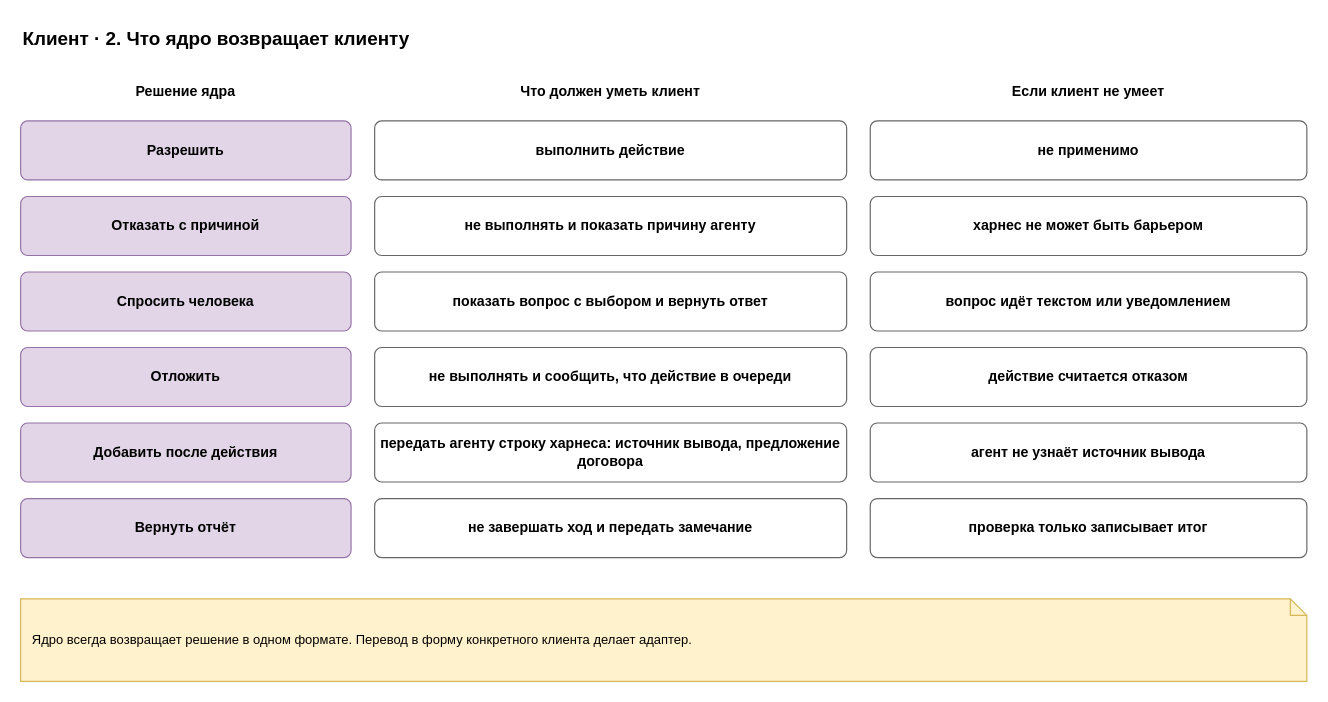
Before: page "2. Решения" (2 of 5) of docs/spec/harness-client.drawio in roygkov/reins, a draw.io diagram. Source tidied: cells renumbered, new cells numbered last; positions are measured from the earlier drawing's top-left corner, leaving out a move shared by most shapes. Both pictures are drawn from the tidied source at 118%, with x=0, y=0 at pixel (20, 20).
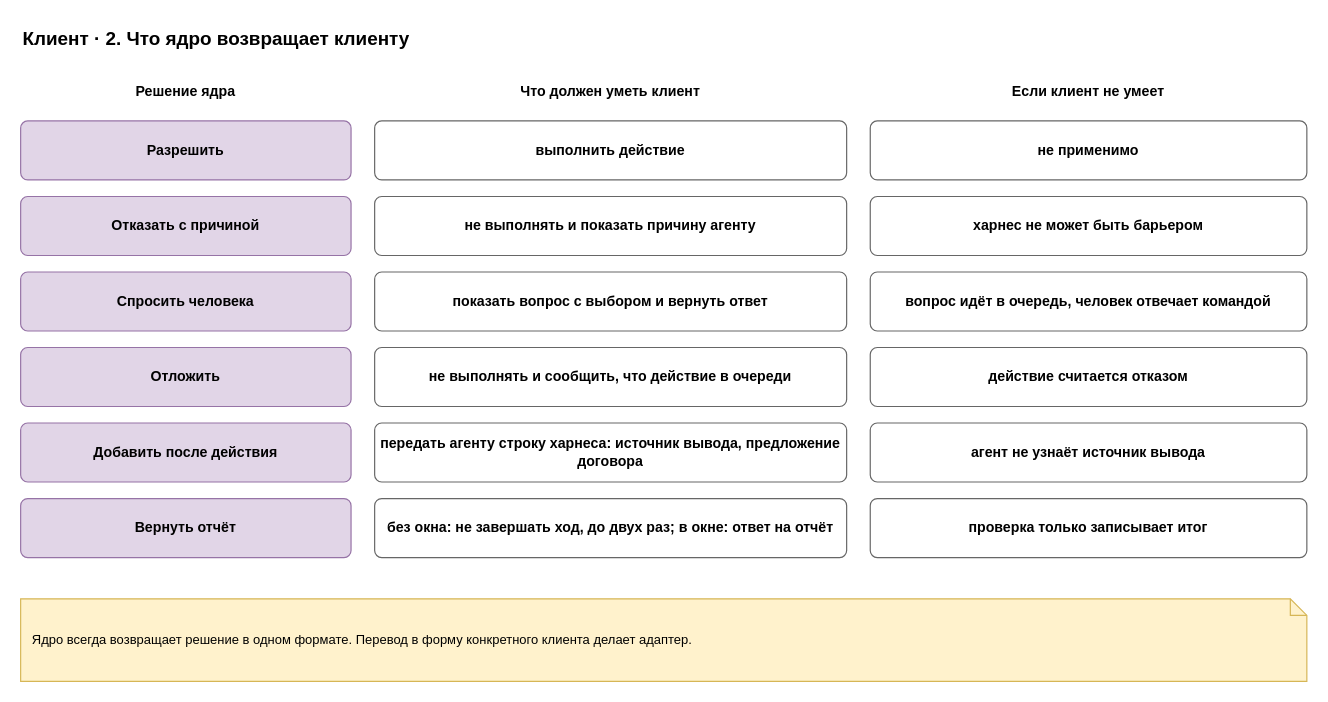
After the change.

What changed in the source:
```diff
@@
-    <mxCell id="14" value="&lt;b&gt;вопрос идёт текстом или уведомлением&lt;/b&gt;" style="rounded=1;whiteSpace=wrap;html=1;fillColor=#ffffff;strokeColor=#666666;arcSize=12;fontStyle=0;" parent="1" vertex="1">
+    <mxCell id="14" value="&lt;b&gt;вопрос идёт в очередь, человек отвечает командой&lt;/b&gt;" style="rounded=1;whiteSpace=wrap;html=1;fillColor=#ffffff;strokeColor=#666666;arcSize=12;fontStyle=0;" parent="1" vertex="1">
       <mxGeometry x="720" y="213" width="370" height="50" as="geometry" />
     </mxCell>
@@
-    <mxCell id="22" value="&lt;b&gt;не завершать ход и передать замечание&lt;/b&gt;" style="rounded=1;whiteSpace=wrap;html=1;fillColor=#ffffff;strokeColor=#666666;arcSize=12;fontStyle=0;" parent="1" vertex="1">
+    <mxCell id="22" value="&lt;b&gt;без окна: не завершать ход, до двух раз; в окне: ответ на отчёт&lt;/b&gt;" style="rounded=1;whiteSpace=wrap;html=1;fillColor=#ffffff;strokeColor=#666666;arcSize=12;fontStyle=0;" parent="1" vertex="1">
       <mxGeometry x="300" y="405" width="400" height="50" as="geometry" />
     </mxCell>
```
